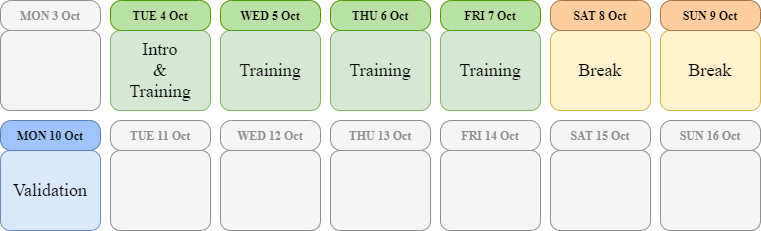
alberto-rota/Enhanched-Haptic-Training-for-Robotic-Assisted-Surgery keeps this draw.io diagram as Notes/readme/experimental_calendar.png. Above is the earlier version. Source tidied: cells renumbered, new cells last; positions are measured from the earlier drawing's top-left corner, leaving out a move shared by most shapes.
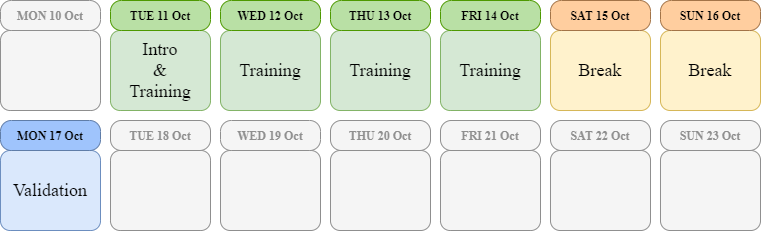
After the change.

Change to the diagram source:
```diff
@@ -5,85 +5,85 @@
     <mxCell id="2" value="Intro&lt;br&gt;&amp;amp;&lt;br&gt;Training" style="rounded=1;whiteSpace=wrap;html=1;arcSize=12;fontSize=18;fillColor=#d5e8d4;strokeColor=#82b366;fontFamily=Alliance Nrr 1;fontSource=https%3A%2F%2Ffonts.googleapis.com%2Fcss%3Ffamily%3DAlliance%2BNrr%2B1;" parent="1" vertex="1">
       <mxGeometry x="110" y="30" width="100" height="80" as="geometry" />
     </mxCell>
-    <mxCell id="3" value="TUE 4 Oct" style="rounded=1;whiteSpace=wrap;html=1;fontStyle=1;arcSize=36;fillColor=#B9E0A5;strokeColor=#4D9900;fontFamily=Alliance Nrr 1;fontSource=https%3A%2F%2Ffonts.googleapis.com%2Fcss%3Ffamily%3DAlliance%2BNrr%2B1;" parent="1" vertex="1">
+    <mxCell id="3" value="TUE 11 Oct" style="rounded=1;whiteSpace=wrap;html=1;fontStyle=1;arcSize=36;fillColor=#B9E0A5;strokeColor=#4D9900;fontFamily=Alliance Nrr 1;fontSource=https%3A%2F%2Ffonts.googleapis.com%2Fcss%3Ffamily%3DAlliance%2BNrr%2B1;" parent="1" vertex="1">
       <mxGeometry x="110" width="100" height="30" as="geometry" />
     </mxCell>
     <mxCell id="4" style="rounded=1;whiteSpace=wrap;html=1;arcSize=12;fillColor=#f5f5f5;fontColor=#8F8F8F;strokeColor=#8F8F8F;fontFamily=Alliance Nrr 1;fontSource=https%3A%2F%2Ffonts.googleapis.com%2Fcss%3Ffamily%3DAlliance%2BNrr%2B1;" parent="1" vertex="1">
       <mxGeometry y="30" width="100" height="80" as="geometry" />
     </mxCell>
-    <mxCell id="5" value="MON 3 Oct" style="rounded=1;whiteSpace=wrap;html=1;fontStyle=1;arcSize=36;fillColor=#f5f5f5;fontColor=#8F8F8F;strokeColor=#8F8F8F;fontFamily=Alliance Nrr 1;fontSource=https%3A%2F%2Ffonts.googleapis.com%2Fcss%3Ffamily%3DAlliance%2BNrr%2B1;" parent="1" vertex="1">
+    <mxCell id="5" value="MON 10 Oct" style="rounded=1;whiteSpace=wrap;html=1;fontStyle=1;arcSize=36;fillColor=#f5f5f5;fontColor=#8F8F8F;strokeColor=#8F8F8F;fontFamily=Alliance Nrr 1;fontSource=https%3A%2F%2Ffonts.googleapis.com%2Fcss%3Ffamily%3DAlliance%2BNrr%2B1;" parent="1" vertex="1">
       <mxGeometry width="100" height="30" as="geometry" />
     </mxCell>
     <mxCell id="6" value="Training" style="rounded=1;whiteSpace=wrap;html=1;arcSize=12;fontSize=18;fillColor=#d5e8d4;strokeColor=#82b366;fontFamily=Alliance Nrr 1;fontSource=https%3A%2F%2Ffonts.googleapis.com%2Fcss%3Ffamily%3DAlliance%2BNrr%2B1;" parent="1" vertex="1">
       <mxGeometry x="220" y="30" width="100" height="80" as="geometry" />
     </mxCell>
-    <mxCell id="7" value="WED 5 Oct" style="rounded=1;whiteSpace=wrap;html=1;fontStyle=1;arcSize=36;fillColor=#B9E0A5;strokeColor=#4D9900;fontFamily=Alliance Nrr 1;fontSource=https%3A%2F%2Ffonts.googleapis.com%2Fcss%3Ffamily%3DAlliance%2BNrr%2B1;" parent="1" vertex="1">
+    <mxCell id="7" value="WED 12 Oct" style="rounded=1;whiteSpace=wrap;html=1;fontStyle=1;arcSize=36;fillColor=#B9E0A5;strokeColor=#4D9900;fontFamily=Alliance Nrr 1;fontSource=https%3A%2F%2Ffonts.googleapis.com%2Fcss%3Ffamily%3DAlliance%2BNrr%2B1;" parent="1" vertex="1">
       <mxGeometry x="220" width="100" height="30" as="geometry" />
     </mxCell>
     <mxCell id="8" value="&lt;span style=&quot;font-size: 18px;&quot;&gt;Training&lt;/span&gt;" style="rounded=1;whiteSpace=wrap;html=1;arcSize=12;fontSize=18;fillColor=#d5e8d4;strokeColor=#82b366;fontFamily=Alliance Nrr 1;fontSource=https%3A%2F%2Ffonts.googleapis.com%2Fcss%3Ffamily%3DAlliance%2BNrr%2B1;" parent="1" vertex="1">
       <mxGeometry x="440" y="30" width="100" height="80" as="geometry" />
     </mxCell>
-    <mxCell id="9" value="FRI 7 Oct" style="rounded=1;whiteSpace=wrap;html=1;fontStyle=1;arcSize=36;fillColor=#B9E0A5;strokeColor=#4D9900;fontFamily=Alliance Nrr 1;fontSource=https%3A%2F%2Ffonts.googleapis.com%2Fcss%3Ffamily%3DAlliance%2BNrr%2B1;" parent="1" vertex="1">
+    <mxCell id="9" value="FRI 14 Oct" style="rounded=1;whiteSpace=wrap;html=1;fontStyle=1;arcSize=36;fillColor=#B9E0A5;strokeColor=#4D9900;fontFamily=Alliance Nrr 1;fontSource=https%3A%2F%2Ffonts.googleapis.com%2Fcss%3Ffamily%3DAlliance%2BNrr%2B1;" parent="1" vertex="1">
       <mxGeometry x="440" width="100" height="30" as="geometry" />
     </mxCell>
     <mxCell id="10" value="Training" style="rounded=1;whiteSpace=wrap;html=1;arcSize=12;fontSize=18;fillColor=#d5e8d4;strokeColor=#82b366;fontFamily=Alliance Nrr 1;fontSource=https%3A%2F%2Ffonts.googleapis.com%2Fcss%3Ffamily%3DAlliance%2BNrr%2B1;" parent="1" vertex="1">
       <mxGeometry x="330" y="30" width="100" height="80" as="geometry" />
     </mxCell>
-    <mxCell id="11" value="THU 6 Oct" style="rounded=1;whiteSpace=wrap;html=1;fontStyle=1;arcSize=36;fillColor=#B9E0A5;strokeColor=#4D9900;fontFamily=Alliance Nrr 1;fontSource=https%3A%2F%2Ffonts.googleapis.com%2Fcss%3Ffamily%3DAlliance%2BNrr%2B1;" parent="1" vertex="1">
+    <mxCell id="11" value="THU 13 Oct" style="rounded=1;whiteSpace=wrap;html=1;fontStyle=1;arcSize=36;fillColor=#B9E0A5;strokeColor=#4D9900;fontFamily=Alliance Nrr 1;fontSource=https%3A%2F%2Ffonts.googleapis.com%2Fcss%3Ffamily%3DAlliance%2BNrr%2B1;" parent="1" vertex="1">
       <mxGeometry x="330" width="100" height="30" as="geometry" />
     </mxCell>
     <mxCell id="12" value="Break" style="rounded=1;whiteSpace=wrap;html=1;arcSize=12;fontSize=18;fillColor=#fff2cc;strokeColor=#d6b656;fontFamily=Alliance Nrr 1;fontSource=https%3A%2F%2Ffonts.googleapis.com%2Fcss%3Ffamily%3DAlliance%2BNrr%2B1;" parent="1" vertex="1">
       <mxGeometry x="550" y="30" width="100" height="80" as="geometry" />
     </mxCell>
-    <mxCell id="13" value="SAT 8 Oct" style="rounded=1;whiteSpace=wrap;html=1;fontStyle=1;arcSize=36;fillColor=#FFCE9F;strokeColor=#A37448;fontFamily=Alliance Nrr 1;fontSource=https%3A%2F%2Ffonts.googleapis.com%2Fcss%3Ffamily%3DAlliance%2BNrr%2B1;" parent="1" vertex="1">
+    <mxCell id="13" value="SAT 15 Oct" style="rounded=1;whiteSpace=wrap;html=1;fontStyle=1;arcSize=36;fillColor=#FFCE9F;strokeColor=#A37448;fontFamily=Alliance Nrr 1;fontSource=https%3A%2F%2Ffonts.googleapis.com%2Fcss%3Ffamily%3DAlliance%2BNrr%2B1;" parent="1" vertex="1">
       <mxGeometry x="550" width="100" height="30" as="geometry" />
     </mxCell>
     <mxCell id="14" value="Break" style="rounded=1;whiteSpace=wrap;html=1;arcSize=12;fontSize=18;fillColor=#fff2cc;strokeColor=#d6b656;fontFamily=Alliance Nrr 1;fontSource=https%3A%2F%2Ffonts.googleapis.com%2Fcss%3Ffamily%3DAlliance%2BNrr%2B1;" parent="1" vertex="1">
       <mxGeometry x="660" y="30" width="100" height="80" as="geometry" />
     </mxCell>
-    <mxCell id="15" value="SUN 9 Oct" style="rounded=1;whiteSpace=wrap;html=1;fontStyle=1;arcSize=36;fillColor=#FFCE9F;strokeColor=#A37448;fontFamily=Alliance Nrr 1;fontSource=https%3A%2F%2Ffonts.googleapis.com%2Fcss%3Ffamily%3DAlliance%2BNrr%2B1;" parent="1" vertex="1">
+    <mxCell id="15" value="SUN 16 Oct" style="rounded=1;whiteSpace=wrap;html=1;fontStyle=1;arcSize=36;fillColor=#FFCE9F;strokeColor=#A37448;fontFamily=Alliance Nrr 1;fontSource=https%3A%2F%2Ffonts.googleapis.com%2Fcss%3Ffamily%3DAlliance%2BNrr%2B1;" parent="1" vertex="1">
       <mxGeometry x="660" width="100" height="30" as="geometry" />
     </mxCell>
     <mxCell id="16" style="rounded=1;whiteSpace=wrap;html=1;arcSize=12;fillColor=#f5f5f5;fontColor=#8F8F8F;strokeColor=#8F8F8F;fontFamily=Alliance Nrr 1;fontSource=https%3A%2F%2Ffonts.googleapis.com%2Fcss%3Ffamily%3DAlliance%2BNrr%2B1;" parent="1" vertex="1">
       <mxGeometry x="110" y="150" width="100" height="80" as="geometry" />
     </mxCell>
-    <mxCell id="17" value="TUE 11 Oct" style="rounded=1;whiteSpace=wrap;html=1;fontStyle=1;arcSize=36;fillColor=#f5f5f5;fontColor=#8F8F8F;strokeColor=#8F8F8F;fontFamily=Alliance Nrr 1;fontSource=https%3A%2F%2Ffonts.googleapis.com%2Fcss%3Ffamily%3DAlliance%2BNrr%2B1;" parent="1" vertex="1">
+    <mxCell id="17" value="TUE 18 Oct" style="rounded=1;whiteSpace=wrap;html=1;fontStyle=1;arcSize=36;fillColor=#f5f5f5;fontColor=#8F8F8F;strokeColor=#8F8F8F;fontFamily=Alliance Nrr 1;fontSource=https%3A%2F%2Ffonts.googleapis.com%2Fcss%3Ffamily%3DAlliance%2BNrr%2B1;" parent="1" vertex="1">
       <mxGeometry x="110" y="120" width="100" height="30" as="geometry" />
     </mxCell>
     <mxCell id="18" value="Validation" style="rounded=1;whiteSpace=wrap;html=1;arcSize=12;fontSize=18;fillColor=#dae8fc;strokeColor=#6c8ebf;fontFamily=Alliance Nrr 1;fontSource=https%3A%2F%2Ffonts.googleapis.com%2Fcss%3Ffamily%3DAlliance%2BNrr%2B1;" parent="1" vertex="1">
       <mxGeometry y="150" width="100" height="80" as="geometry" />
     </mxCell>
-    <mxCell id="19" value="MON 10 Oct" style="rounded=1;whiteSpace=wrap;html=1;fontStyle=1;arcSize=36;fillColor=#9FC4FC;strokeColor=#5F7DA8;fontFamily=Alliance Nrr 1;fontSource=https%3A%2F%2Ffonts.googleapis.com%2Fcss%3Ffamily%3DAlliance%2BNrr%2B1;" parent="1" vertex="1">
+    <mxCell id="19" value="MON 17 Oct" style="rounded=1;whiteSpace=wrap;html=1;fontStyle=1;arcSize=36;fillColor=#9FC4FC;strokeColor=#5F7DA8;fontFamily=Alliance Nrr 1;fontSource=https%3A%2F%2Ffonts.googleapis.com%2Fcss%3Ffamily%3DAlliance%2BNrr%2B1;" parent="1" vertex="1">
       <mxGeometry y="120" width="100" height="30" as="geometry" />
     </mxCell>
     <mxCell id="20" style="rounded=1;whiteSpace=wrap;html=1;arcSize=12;fillColor=#f5f5f5;fontColor=#8F8F8F;strokeColor=#8F8F8F;fontFamily=Alliance Nrr 1;fontSource=https%3A%2F%2Ffonts.googleapis.com%2Fcss%3Ffamily%3DAlliance%2BNrr%2B1;" parent="1" vertex="1">
       <mxGeometry x="220" y="150" width="100" height="80" as="geometry" />
     </mxCell>
-    <mxCell id="21" value="WED 12 Oct" style="rounded=1;whiteSpace=wrap;html=1;fontStyle=1;arcSize=36;fillColor=#f5f5f5;fontColor=#8F8F8F;strokeColor=#8F8F8F;fontFamily=Alliance Nrr 1;fontSource=https%3A%2F%2Ffonts.googleapis.com%2Fcss%3Ffamily%3DAlliance%2BNrr%2B1;" parent="1" vertex="1">
+    <mxCell id="21" value="WED 19 Oct" style="rounded=1;whiteSpace=wrap;html=1;fontStyle=1;arcSize=36;fillColor=#f5f5f5;fontColor=#8F8F8F;strokeColor=#8F8F8F;fontFamily=Alliance Nrr 1;fontSource=https%3A%2F%2Ffonts.googleapis.com%2Fcss%3Ffamily%3DAlliance%2BNrr%2B1;" parent="1" vertex="1">
       <mxGeometry x="220" y="120" width="100" height="30" as="geometry" />
     </mxCell>
     <mxCell id="22" style="rounded=1;whiteSpace=wrap;html=1;arcSize=12;fillColor=#f5f5f5;fontColor=#8F8F8F;strokeColor=#8F8F8F;fontFamily=Alliance Nrr 1;fontSource=https%3A%2F%2Ffonts.googleapis.com%2Fcss%3Ffamily%3DAlliance%2BNrr%2B1;" parent="1" vertex="1">
       <mxGeometry x="440" y="150" width="100" height="80" as="geometry" />
     </mxCell>
-    <mxCell id="23" value="FRI 14 Oct" style="rounded=1;whiteSpace=wrap;html=1;fontStyle=1;arcSize=36;fillColor=#f5f5f5;fontColor=#8F8F8F;strokeColor=#8F8F8F;fontFamily=Alliance Nrr 1;fontSource=https%3A%2F%2Ffonts.googleapis.com%2Fcss%3Ffamily%3DAlliance%2BNrr%2B1;" parent="1" vertex="1">
+    <mxCell id="23" value="FRI 21 Oct" style="rounded=1;whiteSpace=wrap;html=1;fontStyle=1;arcSize=36;fillColor=#f5f5f5;fontColor=#8F8F8F;strokeColor=#8F8F8F;fontFamily=Alliance Nrr 1;fontSource=https%3A%2F%2Ffonts.googleapis.com%2Fcss%3Ffamily%3DAlliance%2BNrr%2B1;" parent="1" vertex="1">
       <mxGeometry x="440" y="120" width="100" height="30" as="geometry" />
     </mxCell>
     <mxCell id="24" style="rounded=1;whiteSpace=wrap;html=1;arcSize=12;fillColor=#f5f5f5;fontColor=#8F8F8F;strokeColor=#8F8F8F;fontFamily=Alliance Nrr 1;fontSource=https%3A%2F%2Ffonts.googleapis.com%2Fcss%3Ffamily%3DAlliance%2BNrr%2B1;" parent="1" vertex="1">
       <mxGeometry x="330" y="150" width="100" height="80" as="geometry" />
     </mxCell>
-    <mxCell id="25" value="THU 13 Oct" style="rounded=1;whiteSpace=wrap;html=1;fontStyle=1;arcSize=36;fillColor=#f5f5f5;fontColor=#8F8F8F;strokeColor=#8F8F8F;fontFamily=Alliance Nrr 1;fontSource=https%3A%2F%2Ffonts.googleapis.com%2Fcss%3Ffamily%3DAlliance%2BNrr%2B1;" parent="1" vertex="1">
+    <mxCell id="25" value="THU 20 Oct" style="rounded=1;whiteSpace=wrap;html=1;fontStyle=1;arcSize=36;fillColor=#f5f5f5;fontColor=#8F8F8F;strokeColor=#8F8F8F;fontFamily=Alliance Nrr 1;fontSource=https%3A%2F%2Ffonts.googleapis.com%2Fcss%3Ffamily%3DAlliance%2BNrr%2B1;" parent="1" vertex="1">
       <mxGeometry x="330" y="120" width="100" height="30" as="geometry" />
     </mxCell>
     <mxCell id="26" style="rounded=1;whiteSpace=wrap;html=1;arcSize=12;fillColor=#f5f5f5;fontColor=#8F8F8F;strokeColor=#8F8F8F;fontFamily=Alliance Nrr 1;fontSource=https%3A%2F%2Ffonts.googleapis.com%2Fcss%3Ffamily%3DAlliance%2BNrr%2B1;" parent="1" vertex="1">
       <mxGeometry x="550" y="150" width="100" height="80" as="geometry" />
     </mxCell>
-    <mxCell id="27" value="SAT 15 Oct" style="rounded=1;whiteSpace=wrap;html=1;fontStyle=1;arcSize=36;fillColor=#f5f5f5;fontColor=#8F8F8F;strokeColor=#8F8F8F;fontFamily=Alliance Nrr 1;fontSource=https%3A%2F%2Ffonts.googleapis.com%2Fcss%3Ffamily%3DAlliance%2BNrr%2B1;" parent="1" vertex="1">
+    <mxCell id="27" value="SAT 22 Oct" style="rounded=1;whiteSpace=wrap;html=1;fontStyle=1;arcSize=36;fillColor=#f5f5f5;fontColor=#8F8F8F;strokeColor=#8F8F8F;fontFamily=Alliance Nrr 1;fontSource=https%3A%2F%2Ffonts.googleapis.com%2Fcss%3Ffamily%3DAlliance%2BNrr%2B1;" parent="1" vertex="1">
       <mxGeometry x="550" y="120" width="100" height="30" as="geometry" />
     </mxCell>
     <mxCell id="28" style="rounded=1;whiteSpace=wrap;html=1;arcSize=12;fillColor=#f5f5f5;fontColor=#8F8F8F;strokeColor=#8F8F8F;fontFamily=Alliance Nrr 1;fontSource=https%3A%2F%2Ffonts.googleapis.com%2Fcss%3Ffamily%3DAlliance%2BNrr%2B1;" parent="1" vertex="1">
       <mxGeometry x="660" y="150" width="100" height="80" as="geometry" />
     </mxCell>
-    <mxCell id="29" value="SUN 16 Oct" style="rounded=1;whiteSpace=wrap;html=1;fontStyle=1;arcSize=36;fillColor=#f5f5f5;fontColor=#8F8F8F;strokeColor=#8F8F8F;fontFamily=Alliance Nrr 1;fontSource=https%3A%2F%2Ffonts.googleapis.com%2Fcss%3Ffamily%3DAlliance%2BNrr%2B1;" parent="1" vertex="1">
+    <mxCell id="29" value="SUN 23 Oct" style="rounded=1;whiteSpace=wrap;html=1;fontStyle=1;arcSize=36;fillColor=#f5f5f5;fontColor=#8F8F8F;strokeColor=#8F8F8F;fontFamily=Alliance Nrr 1;fontSource=https%3A%2F%2Ffonts.googleapis.com%2Fcss%3Ffamily%3DAlliance%2BNrr%2B1;" parent="1" vertex="1">
       <mxGeometry x="660" y="120" width="100" height="30" as="geometry" />
     </mxCell>
   </root>
```
